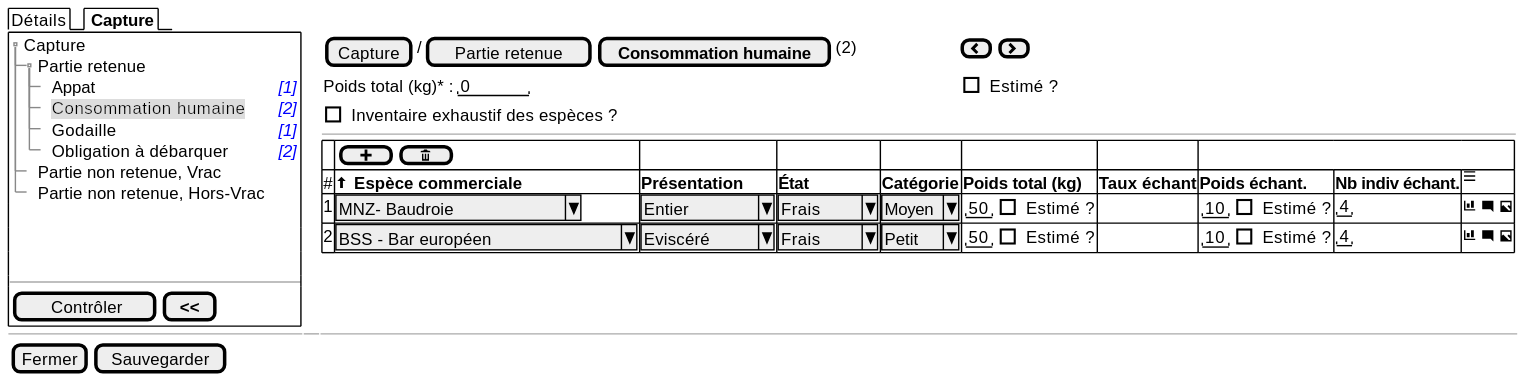
This is projects/obsmer/spe/images/batch/batch-tree-PR-HCN.svg from sumaris-net/sumaris-doc, a PlantUML export, as it was before one commit. Its source is kept beside it as projects/obsmer/spe/images/batch/batch-tree-PR-HCN.puml.
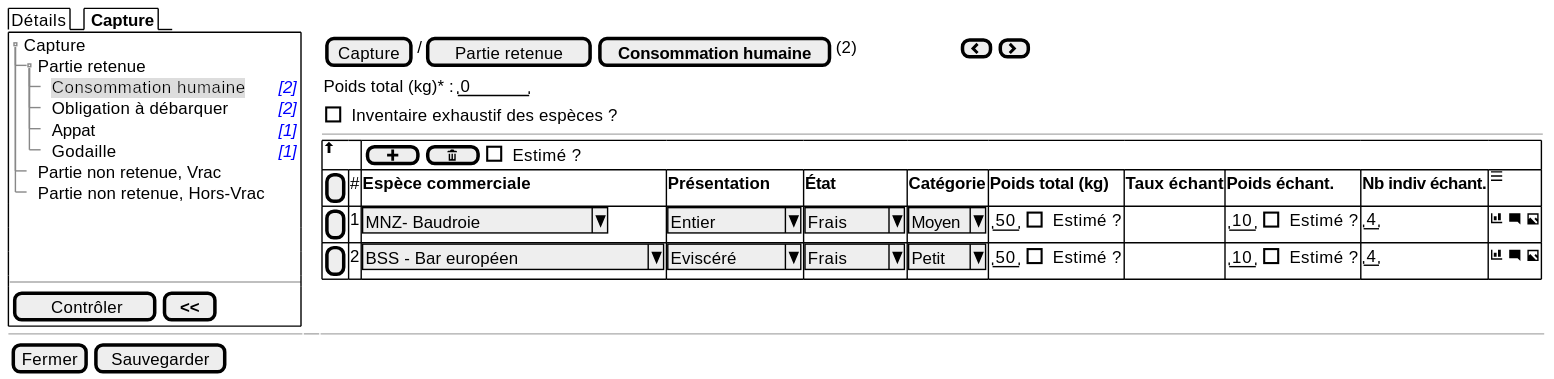
Above is the later version.

Change to the diagram source:
```diff
@@ -5,10 +5,10 @@
    {T
        + Capture
        ++ Partie retenue
+       +++ <back:#DDD>Consommation humaine | <i><color:blue>[2]
+       +++ Obligation à débarquer | <i><color:blue>[2]
        +++ Appat | <i><color:blue>[1]
-       +++ <back:#DDD>Consommation humaine | <i><color:blue>[2]
        +++ Godaille | <i><color:blue>[1]
-       +++ Obligation à débarquer | <i><color:blue>[2]
        ++ Partie non retenue, Vrac
        ++ Partie non retenue, Hors-Vrac
    }
@@ -22,15 +22,15 @@
   } | . | {
     { [Capture] | / | [Partie retenue] | [<b>Consommation humaine] | (2) | . | . | . | . | . | . | . | . | . | . | . | . | . | . | { [<&chevron-left>] | [<&chevron-right>] } }
 
-    {Poids total (kg)* : | " 0    " | . | . | . | . | . | . | . | . | . | . | . | . | . | . | . | . | . | . | . | . | . | . | . | . | . | . | . | . | . | . | . | . | . | . | . | . | . | . | . | . | . | . | . | . |. |. |. |. |. |. |. |. |. |. |. |. |. |. |. |. |. |[ ] Estimé ?}
+    {Poids total (kg)* : | " 0    " }
 
     { [ ] Inventaire exhaustif des espèces ? }
     ---
     {#
-          . | {[ <&plus> ] | [ <&trash> ] }  | . | . | . | . | .
-          # | <&arrow-thick-top> <b>Espèce commerciale  | <b>Présentation | <b>État | <b>Catégorie | <b>Poids total (kg)     |  <b>Taux échant  | <b>Poids échant. | <b>Nb indiv échant. | <&menu>
-          1 | ^MNZ- Baudroie       ^ | ^ Entier   ^ | ^ Frais ^ | ^Moyen^ | { "50" | [ ] Estimé ? } |  .   |   { "10" | [ ] Estimé ? }          | "4" | <&bar-chart> <&comment-square> <&image>
-          2 | ^BSS - Bar européen       ^ | ^ Eviscéré ^ | ^ Frais ^ | ^Petit^ | { "50" | [ ] Estimé ? }  |  .   |   { "10" | [ ] Estimé ? }          | "4" | <&bar-chart> <&comment-square> <&image>
+          <&arrow-thick-top> | *  | {[ <&plus> ] | [ <&trash> ] | [ ] Estimé ? } | * | * | * | * | * | * | * | *
+          [ ] | # | <b>Espèce commerciale  | <b>Présentation | <b>État | <b>Catégorie | <b>Poids total (kg)     |  <b>Taux échant  | <b>Poids échant. | <b>Nb indiv échant. | <&menu>
+          [ ] | 1 | ^MNZ- Baudroie       ^ | ^ Entier   ^ | ^ Frais ^ | ^Moyen^ | { "50" | [ ] Estimé ? } |  .   |   { "10" | [ ] Estimé ? }          | "4" | <&bar-chart> <&comment-square> <&image>
+          [ ] | 2 | ^BSS - Bar européen       ^ | ^ Eviscéré ^ | ^ Frais ^ | ^Petit^ | { "50" | [ ] Estimé ? }  |  .   |   { "10" | [ ] Estimé ? }          | "4" | <&bar-chart> <&comment-square> <&image>
         }
   }
 
```
